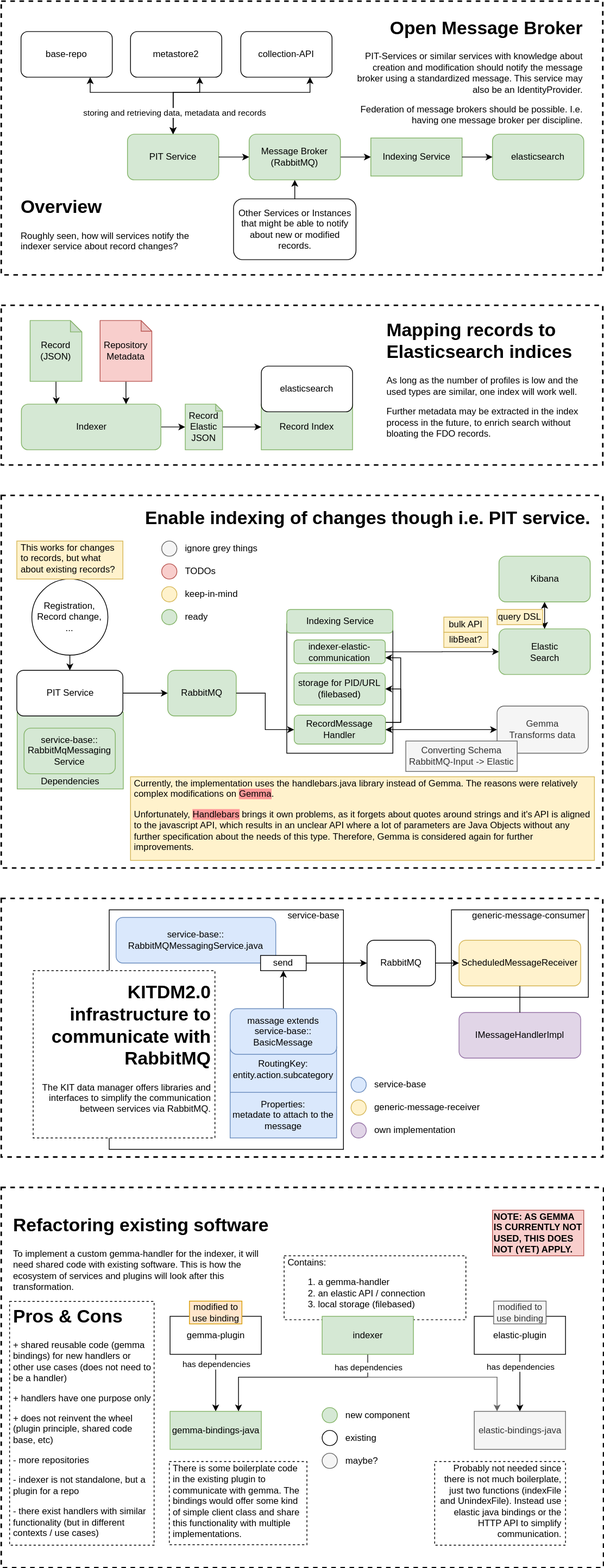
Above: documentation/images/usecase_indexing.drawio.svg in kit-data-manager/testbed4inf (draw.io), before the change. Source tidied: cells renumbered, new cells last; positions are measured from the earlier drawing's top-left corner, leaving out a move shared by most shapes.
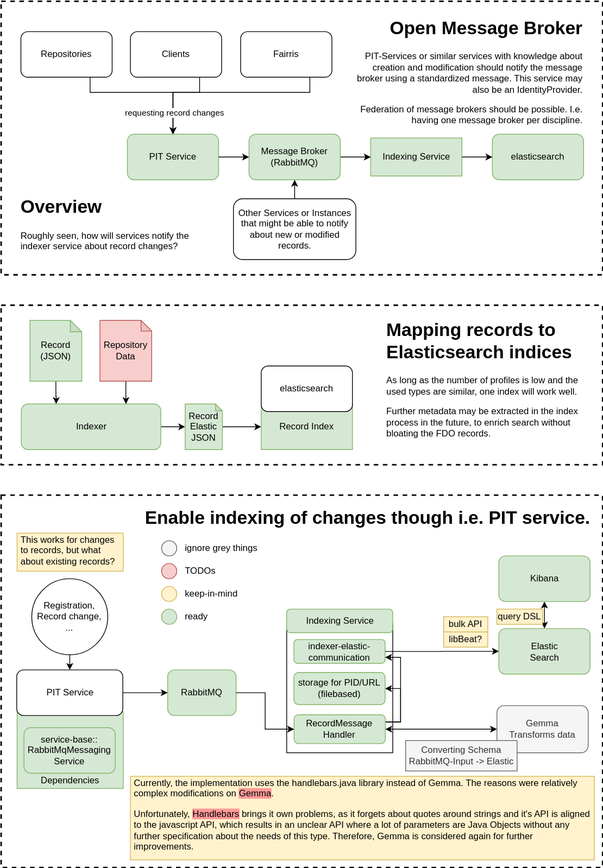
The same file after the commit.

What changed in the source:
```diff
@@ -2,24 +2,6 @@
   <root>
     <mxCell id="0" />
     <mxCell id="1" parent="0" />
-    <mxCell id="2" style="rounded=0;whiteSpace=wrap;html=1;dashed=1;align=right;strokeWidth=2;" parent="1" vertex="1">
-      <mxGeometry y="1560" width="792" height="500" as="geometry" />
-    </mxCell>
-    <mxCell id="3" value="&lt;h1&gt;Pros &amp;amp; Cons&lt;/h1&gt;&lt;p&gt;+ shared reusable code (gemma bindings) for new handlers or other use cases (does not need to be a handler)&lt;/p&gt;&lt;p&gt;+ handlers have one purpose only&lt;/p&gt;&lt;p&gt;+ does not reinvent the wheel (plugin principle, shared code base, etc)&lt;/p&gt;&lt;p&gt;- more repositories&lt;/p&gt;&lt;p&gt;- indexer is not standalone, but a plugin for a repo&lt;/p&gt;&lt;p&gt;- there exist handlers with similar functionality (but in different contexts / use cases)&lt;/p&gt;" style="text;html=1;spacing=5;spacingTop=-20;whiteSpace=wrap;overflow=hidden;rounded=0;dashed=1;fillColor=#ffffff;strokeColor=#000000;" parent="2" vertex="1">
-      <mxGeometry x="11" y="150" width="190" height="320.5" as="geometry" />
-    </mxCell>
-    <mxCell id="4" value="&lt;p&gt;Probably not needed since there is not much boilerplate, just two functions (indexFile and UnindexFile). Instead use elastic java bindings or the HTTP API to simplify communication.&lt;/p&gt;" style="text;html=1;spacing=5;spacingTop=-20;whiteSpace=wrap;overflow=hidden;rounded=0;dashed=1;fillColor=#ffffff;strokeColor=#000000;align=right;" parent="2" vertex="1">
-      <mxGeometry x="570" y="360.5" width="172" height="110" as="geometry" />
-    </mxCell>
-    <mxCell id="5" value="&lt;h1&gt;Refactoring existing software&lt;/h1&gt;&lt;p&gt;To implement a custom gemma-handler for the indexer, it will need shared code with existing software. This is how the ecosystem of services and plugins will look after this transformation.&lt;/p&gt;" style="text;html=1;strokeColor=none;fillColor=none;spacing=5;spacingTop=-20;whiteSpace=wrap;overflow=hidden;rounded=0;dashed=1;align=left;" parent="2" vertex="1">
-      <mxGeometry x="11" y="30" width="349" height="110" as="geometry" />
-    </mxCell>
-    <mxCell id="6" value="&lt;p&gt;Contains:&lt;/p&gt;&lt;p&gt;&lt;/p&gt;&lt;ol&gt;&lt;li&gt;a gemma-handler&lt;/li&gt;&lt;li&gt;an elastic API / connection&lt;/li&gt;&lt;li&gt;local storage (filebased)&lt;/li&gt;&lt;/ol&gt;&lt;p&gt;&lt;/p&gt;" style="text;html=1;spacing=5;spacingTop=-20;whiteSpace=wrap;overflow=hidden;rounded=0;dashed=1;verticalAlign=top;fillColor=#ffffff;strokeColor=#000000;" parent="2" vertex="1">
-      <mxGeometry x="372" y="90" width="239" height="84" as="geometry" />
-    </mxCell>
-    <mxCell id="7" value="&lt;b&gt;NOTE: AS GEMMA IS CURRENTLY NOT USED, THIS DOES NOT (YET) APPLY.&lt;/b&gt;" style="rounded=0;whiteSpace=wrap;html=1;align=left;fillColor=#f8cecc;strokeColor=#b85450;" parent="2" vertex="1">
-      <mxGeometry x="646" y="30" width="120" height="60" as="geometry" />
-    </mxCell>
     <mxCell id="8" style="rounded=0;whiteSpace=wrap;html=1;dashed=1;strokeWidth=2;movableLabel=0;" parent="1" vertex="1">
       <mxGeometry y="650" width="791" height="490" as="geometry" />
     </mxCell>
@@ -54,7 +36,7 @@
       <mxGeometry x="40.2" y="110" width="100" height="100" as="geometry" />
     </mxCell>
     <mxCell id="19" value="&lt;p&gt;This works for changes to records, but what about existing records?&lt;/p&gt;" style="text;html=1;strokeColor=#d6b656;fillColor=#fff2cc;spacing=5;spacingTop=-20;whiteSpace=wrap;overflow=hidden;rounded=0;align=left;" parent="8" vertex="1">
-      <mxGeometry x="20.5" y="60" width="139.5" height="50" as="geometry" />
+      <mxGeometry x="21" y="50" width="139.5" height="50" as="geometry" />
     </mxCell>
     <mxCell id="20" style="edgeStyle=orthogonalEdgeStyle;rounded=0;jettySize=auto;html=1;startArrow=classic;startFill=1;" parent="8" edge="1" source="21" target="16">
       <mxGeometry relative="1" as="geometry" />
@@ -200,7 +182,7 @@
     <mxCell id="67" value="PIT Service" style="rounded=1;whiteSpace=wrap;html=1;fillColor=#d5e8d4;strokeColor=#82b366;" parent="64" vertex="1">
       <mxGeometry x="166" y="175" width="120" height="60" as="geometry" />
     </mxCell>
-    <mxCell id="68" style="edgeStyle=orthogonalEdgeStyle;rounded=0;jettySize=auto;html=1;entryX=0.5;entryY=0;entryDx=0;entryDy=0;startArrow=classic;startFill=1;" parent="64" edge="1" source="69" target="67">
+    <mxCell id="68" style="edgeStyle=orthogonalEdgeStyle;rounded=0;jettySize=auto;html=1;entryX=0.5;entryY=0;entryDx=0;entryDy=0;startArrow=none;startFill=0;" parent="64" edge="1" source="69" target="67">
       <mxGeometry relative="1" as="geometry">
         <Array as="points">
           <mxPoint x="117" y="120" />
@@ -208,10 +190,10 @@
         </Array>
       </mxGeometry>
     </mxCell>
-    <mxCell id="69" value="base-repo" style="rounded=1;whiteSpace=wrap;html=1;" parent="64" vertex="1">
+    <mxCell id="69" value="Repositories" style="rounded=1;whiteSpace=wrap;html=1;" parent="64" vertex="1">
       <mxGeometry x="26" y="40" width="120" height="60" as="geometry" />
     </mxCell>
-    <mxCell id="70" style="edgeStyle=orthogonalEdgeStyle;rounded=0;jettySize=auto;html=1;startArrow=classic;startFill=1;" parent="64" edge="1" source="71" target="67">
+    <mxCell id="70" style="edgeStyle=orthogonalEdgeStyle;rounded=0;jettySize=auto;html=1;startArrow=none;startFill=0;" parent="64" edge="1" source="71" target="67">
       <mxGeometry relative="1" as="geometry">
         <Array as="points">
           <mxPoint x="261" y="120" />
@@ -219,10 +201,10 @@
         </Array>
       </mxGeometry>
     </mxCell>
-    <mxCell id="71" value="metastore2" style="rounded=1;whiteSpace=wrap;html=1;" parent="64" vertex="1">
+    <mxCell id="71" value="Clients" style="rounded=1;whiteSpace=wrap;html=1;" parent="64" vertex="1">
       <mxGeometry x="170" y="40" width="120" height="60" as="geometry" />
     </mxCell>
-    <mxCell id="72" style="edgeStyle=orthogonalEdgeStyle;rounded=0;jettySize=auto;html=1;startArrow=classic;startFill=1;" parent="64" edge="1" source="74" target="67">
+    <mxCell id="72" style="edgeStyle=orthogonalEdgeStyle;rounded=0;jettySize=auto;html=1;startArrow=none;startFill=0;" parent="64" edge="1" source="74" target="67">
       <mxGeometry relative="1" as="geometry">
         <Array as="points">
           <mxPoint x="406" y="120" />
@@ -230,10 +212,10 @@
         </Array>
       </mxGeometry>
     </mxCell>
-    <mxCell id="73" value="storing and retrieving data, metadata and records" style="edgeLabel;html=1;align=center;verticalAlign=middle;" parent="72" vertex="1">
+    <mxCell id="73" value="requesting record changes" style="edgeLabel;html=1;align=center;verticalAlign=middle;" parent="72" vertex="1">
       <mxGeometry x="0.77" y="1" relative="1" as="geometry" />
     </mxCell>
-    <mxCell id="74" value="collection-API" style="rounded=1;whiteSpace=wrap;html=1;" parent="64" vertex="1">
+    <mxCell id="74" value="Fairris" style="rounded=1;whiteSpace=wrap;html=1;" parent="64" vertex="1">
       <mxGeometry x="315" y="40" width="120" height="60" as="geometry" />
     </mxCell>
     <mxCell id="75" value="Indexing Service" style="html=1;fillColor=#d5e8d4;strokeColor=#82b366;" parent="64" vertex="1">
@@ -293,184 +275,8 @@
     <mxCell id="93" style="edgeStyle=orthogonalEdgeStyle;rounded=0;jettySize=auto;html=1;entryX=0.75;entryY=0;entryDx=0;entryDy=0;" parent="83" edge="1" source="94" target="90">
       <mxGeometry relative="1" as="geometry" />
     </mxCell>
-    <mxCell id="94" value="Repository&lt;br&gt;Metadata" style="shape=note;whiteSpace=wrap;html=1;backgroundOutline=1;darkOpacity=0.05;size=14;fillColor=#f8cecc;strokeColor=#b85450;" parent="83" vertex="1">
+    <mxCell id="94" value="Repository&lt;br&gt;Data" style="shape=note;whiteSpace=wrap;html=1;backgroundOutline=1;darkOpacity=0.05;size=14;fillColor=#f8cecc;strokeColor=#b85450;" parent="83" vertex="1">
       <mxGeometry x="130" y="20" width="68" height="80" as="geometry" />
     </mxCell>
-    <mxCell id="95" style="rounded=0;whiteSpace=wrap;html=1;dashed=1;strokeWidth=2;movableLabel=0;comic=0;" parent="1" vertex="1">
-      <mxGeometry y="1180" width="791" height="340" as="geometry" />
-    </mxCell>
-    <mxCell id="96" value="service-base" style="rounded=0;whiteSpace=wrap;html=1;movableLabel=1;" parent="95" vertex="1">
-      <mxGeometry x="142" y="15" width="308" height="315" as="geometry">
-        <mxPoint x="115" y="-150" as="offset" />
-      </mxGeometry>
-    </mxCell>
-    <mxCell id="97" value="service-base::&lt;br&gt;RabbitMQMessagingService.java" style="rounded=1;whiteSpace=wrap;html=1;fillColor=#dae8fc;strokeColor=#6c8ebf;" parent="96" vertex="1">
-      <mxGeometry x="9" y="10" width="210" height="60" as="geometry" />
-    </mxCell>
-    <mxCell id="98" value="send" style="rounded=0;whiteSpace=wrap;html=1;align=center;" parent="96" vertex="1">
-      <mxGeometry x="199" y="60" width="60" height="20" as="geometry" />
-    </mxCell>
-    <mxCell id="99" style="edgeStyle=orthogonalEdgeStyle;rounded=0;jettySize=auto;html=1;" parent="96" edge="1" source="102" target="98">
-      <mxGeometry relative="1" as="geometry" />
-    </mxCell>
-    <mxCell id="100" value="Properties:&lt;br&gt;metadate to attach to the message" style="rounded=0;whiteSpace=wrap;html=1;align=center;fillColor=#dae8fc;strokeColor=#6c8ebf;" parent="96" vertex="1">
-      <mxGeometry x="159" y="240" width="140" height="60" as="geometry" />
-    </mxCell>
-    <mxCell id="101" value="RoutingKey: entity.action.subcategory" style="rounded=0;whiteSpace=wrap;html=1;align=center;fillColor=#dae8fc;strokeColor=#6c8ebf;" parent="96" vertex="1">
-      <mxGeometry x="159" y="180" width="140" height="60" as="geometry" />
-    </mxCell>
-    <mxCell id="102" value="massage extends&lt;br&gt;service-base::&lt;br&gt;BasicMessage" style="rounded=1;whiteSpace=wrap;html=1;fillColor=#dae8fc;strokeColor=#6c8ebf;" parent="96" vertex="1">
-      <mxGeometry x="159" y="130" width="140" height="60" as="geometry" />
-    </mxCell>
-    <mxCell id="103" value="&lt;h1&gt;KITDM2.0 infrastructure to communicate with RabbitMQ&lt;/h1&gt;&lt;p&gt;The KIT data manager offers libraries and interfaces to simplify the communication between services via RabbitMQ.&lt;/p&gt;" style="text;html=1;spacing=5;spacingTop=-20;whiteSpace=wrap;overflow=hidden;rounded=0;align=right;verticalAlign=middle;dashed=1;fillColor=#ffffff;strokeColor=#000000;" parent="96" vertex="1">
-      <mxGeometry x="-100" y="80" width="239" height="220" as="geometry" />
-    </mxCell>
-    <mxCell id="104" value="generic-message-consumer" style="rounded=0;whiteSpace=wrap;html=1;movableLabel=1;" parent="95" vertex="1">
-      <mxGeometry x="592" y="15" width="180" height="115" as="geometry">
-        <mxPoint x="12" y="-50" as="offset" />
-      </mxGeometry>
-    </mxCell>
-    <mxCell id="105" value="ScheduledMessageReceiver" style="rounded=1;whiteSpace=wrap;html=1;fillColor=#fff2cc;strokeColor=#d6b656;" parent="104" vertex="1">
-      <mxGeometry x="10" y="40" width="160" height="60" as="geometry" />
-    </mxCell>
-    <mxCell id="106" value="RabbitMQ" style="rounded=1;whiteSpace=wrap;html=1;" parent="95" vertex="1">
-      <mxGeometry x="481" y="55" width="90" height="60" as="geometry" />
-    </mxCell>
-    <mxCell id="107" style="edgeStyle=orthogonalEdgeStyle;rounded=0;jettySize=auto;html=1;" parent="95" edge="1" source="98" target="106">
-      <mxGeometry relative="1" as="geometry" />
-    </mxCell>
-    <mxCell id="108" style="edgeStyle=orthogonalEdgeStyle;rounded=0;jettySize=auto;html=1;" parent="95" edge="1" source="106" target="105">
-      <mxGeometry relative="1" as="geometry" />
-    </mxCell>
-    <mxCell id="109" style="group;" parent="95" vertex="1">
-      <mxGeometry x="460" y="235" width="128" height="20" as="geometry" />
-    </mxCell>
-    <mxCell id="110" style="group;" parent="109" vertex="1">
-      <mxGeometry width="128" height="20" as="geometry" />
-    </mxCell>
-    <mxCell id="111" style="ellipse;whiteSpace=wrap;html=1;fillColor=#dae8fc;strokeColor=#6c8ebf;align=left;" parent="110" vertex="1">
-      <mxGeometry width="20" height="20" as="geometry" />
-    </mxCell>
-    <mxCell id="112" value="service-base" style="text;html=1;strokeColor=none;fillColor=none;align=left;verticalAlign=middle;whiteSpace=wrap;rounded=0;" parent="110" vertex="1">
-      <mxGeometry x="29" width="99" height="20" as="geometry" />
-    </mxCell>
-    <mxCell id="113" style="group;" parent="95" vertex="1">
-      <mxGeometry x="460" y="265" width="170" height="20" as="geometry" />
-    </mxCell>
-    <mxCell id="114" style="group;" parent="113" vertex="1">
-      <mxGeometry width="170" height="20" as="geometry" />
-    </mxCell>
-    <mxCell id="115" style="ellipse;whiteSpace=wrap;html=1;fillColor=#fff2cc;strokeColor=#d6b656;align=left;" parent="114" vertex="1">
-      <mxGeometry width="20" height="20" as="geometry" />
-    </mxCell>
-    <mxCell id="116" value="generic-message-receiver" style="text;html=1;strokeColor=none;fillColor=none;align=left;verticalAlign=middle;whiteSpace=wrap;rounded=0;" parent="114" vertex="1">
-      <mxGeometry x="29" width="141" height="20" as="geometry" />
-    </mxCell>
-    <mxCell id="117" style="group;" parent="95" vertex="1">
-      <mxGeometry x="460" y="295" width="170" height="20" as="geometry" />
-    </mxCell>
-    <mxCell id="118" style="group;" parent="117" vertex="1">
-      <mxGeometry width="170" height="20" as="geometry" />
-    </mxCell>
-    <mxCell id="119" style="ellipse;whiteSpace=wrap;html=1;fillColor=#e1d5e7;strokeColor=#9673a6;align=left;" parent="118" vertex="1">
-      <mxGeometry width="20" height="20" as="geometry" />
-    </mxCell>
-    <mxCell id="120" value="own implementation" style="text;html=1;strokeColor=none;fillColor=none;align=left;verticalAlign=middle;whiteSpace=wrap;rounded=0;" parent="118" vertex="1">
-      <mxGeometry x="29" width="141" height="20" as="geometry" />
-    </mxCell>
-    <mxCell id="121" value="IMessageHandlerImpl" style="rounded=1;whiteSpace=wrap;html=1;fillColor=#e1d5e7;strokeColor=#9673a6;" parent="95" vertex="1">
-      <mxGeometry x="602" y="150" width="160" height="60" as="geometry" />
-    </mxCell>
-    <mxCell id="122" style="edgeStyle=orthogonalEdgeStyle;rounded=0;jettySize=auto;html=1;endArrow=none;endFill=0;" parent="95" edge="1" source="121" target="105">
-      <mxGeometry relative="1" as="geometry" />
-    </mxCell>
-    <mxCell id="123" style="edgeStyle=orthogonalEdgeStyle;rounded=0;jettySize=auto;html=1;startArrow=none;startFill=0;endArrow=classic;endFill=1;" parent="1" edge="1" source="125" target="130">
-      <mxGeometry relative="1" as="geometry" />
-    </mxCell>
-    <mxCell id="124" value="has dependencies" style="edgeLabel;html=1;align=center;verticalAlign=middle;" parent="123" vertex="1">
-      <mxGeometry x="-0.56" relative="1" as="geometry" />
-    </mxCell>
-    <mxCell id="125" value="elastic-plugin" style="html=1;" parent="1" vertex="1">
-      <mxGeometry x="622" y="1729.5" width="120" height="50" as="geometry" />
-    </mxCell>
-    <mxCell id="126" style="edgeStyle=orthogonalEdgeStyle;rounded=0;jettySize=auto;html=1;startArrow=none;startFill=0;endArrow=classic;endFill=1;" parent="1" edge="1" source="128" target="129">
-      <mxGeometry relative="1" as="geometry" />
-    </mxCell>
-    <mxCell id="127" value="has dependencies" style="edgeLabel;html=1;align=center;verticalAlign=middle;" parent="126" vertex="1">
-      <mxGeometry x="-0.65" relative="1" as="geometry" />
-    </mxCell>
-    <mxCell id="128" value="gemma-plugin" style="html=1;" parent="1" vertex="1">
-      <mxGeometry x="222" y="1729.5" width="120" height="50" as="geometry" />
-    </mxCell>
-    <mxCell id="129" value="gemma-bindings-java" style="html=1;fillColor=#d5e8d4;strokeColor=#82b366;" parent="1" vertex="1">
-      <mxGeometry x="222" y="1854.5" width="120" height="50" as="geometry" />
-    </mxCell>
-    <mxCell id="130" value="elastic-bindings-java" style="html=1;fillColor=#f5f5f5;strokeColor=#666666;fontColor=#333333;" parent="1" vertex="1">
-      <mxGeometry x="622" y="1854.5" width="120" height="50" as="geometry" />
-    </mxCell>
-    <mxCell id="131" style="edgeStyle=orthogonalEdgeStyle;rounded=0;jettySize=auto;html=1;entryX=0.75;entryY=0;entryDx=0;entryDy=0;startArrow=none;startFill=0;endArrow=classic;endFill=1;" parent="1" edge="1" source="134" target="129">
-      <mxGeometry relative="1" as="geometry">
-        <Array as="points">
-          <mxPoint x="482" y="1809.5" />
-          <mxPoint x="312" y="1809.5" />
-        </Array>
-      </mxGeometry>
-    </mxCell>
-    <mxCell id="132" style="edgeStyle=orthogonalEdgeStyle;rounded=0;jettySize=auto;html=1;entryX=0.25;entryY=0;entryDx=0;entryDy=0;startArrow=none;startFill=0;endArrow=classic;endFill=1;fillColor=#f5f5f5;strokeColor=#666666;" parent="1" edge="1" source="134" target="130">
-      <mxGeometry relative="1" as="geometry">
-        <Array as="points">
-          <mxPoint x="482" y="1809.5" />
-          <mxPoint x="652" y="1809.5" />
-        </Array>
-      </mxGeometry>
-    </mxCell>
-    <mxCell id="133" value="has dependencies" style="edgeLabel;html=1;align=center;verticalAlign=middle;" parent="132" vertex="1">
-      <mxGeometry x="-0.86" relative="1" as="geometry" />
-    </mxCell>
-    <mxCell id="134" value="indexer" style="html=1;fillColor=#d5e8d4;strokeColor=#82b366;" parent="1" vertex="1">
-      <mxGeometry x="422" y="1729.5" width="120" height="50" as="geometry" />
-    </mxCell>
-    <mxCell id="135" style="group;fillColor=none;" parent="1" vertex="1">
-      <mxGeometry x="422" y="1849.5" width="128" height="20" as="geometry" />
-    </mxCell>
-    <mxCell id="136" style="group;" parent="135" vertex="1">
-      <mxGeometry width="128" height="20" as="geometry" />
-    </mxCell>
-    <mxCell id="137" style="ellipse;whiteSpace=wrap;html=1;fillColor=#d5e8d4;strokeColor=#82b366;align=left;" parent="136" vertex="1">
-      <mxGeometry width="20" height="20" as="geometry" />
-    </mxCell>
-    <mxCell id="138" value="new component" style="text;html=1;strokeColor=none;fillColor=none;align=left;verticalAlign=middle;whiteSpace=wrap;rounded=0;" parent="136" vertex="1">
-      <mxGeometry x="29" width="99" height="20" as="geometry" />
-    </mxCell>
-    <mxCell id="139" style="group;" parent="1" vertex="1">
-      <mxGeometry x="422" y="1879.5" width="140" height="20" as="geometry" />
-    </mxCell>
-    <mxCell id="140" style="ellipse;whiteSpace=wrap;html=1;align=left;" parent="139" vertex="1">
-      <mxGeometry width="20" height="20" as="geometry" />
-    </mxCell>
-    <mxCell id="141" value="existing" style="text;html=1;fillColor=none;align=left;verticalAlign=middle;whiteSpace=wrap;rounded=0;" parent="139" vertex="1">
-      <mxGeometry x="29" width="111" height="20" as="geometry" />
-    </mxCell>
-    <mxCell id="142" style="group;dashed=1;" parent="1" vertex="1">
-      <mxGeometry x="422" y="1909.5" width="128" height="20" as="geometry" />
-    </mxCell>
-    <mxCell id="143" style="group;" parent="142" vertex="1">
-      <mxGeometry width="128" height="20" as="geometry" />
-    </mxCell>
-    <mxCell id="144" style="ellipse;whiteSpace=wrap;html=1;fillColor=#f5f5f5;strokeColor=#666666;fontColor=#333333;align=left;" parent="143" vertex="1">
-      <mxGeometry width="20" height="20" as="geometry" />
-    </mxCell>
-    <mxCell id="145" value="maybe?" style="text;html=1;strokeColor=none;fillColor=none;align=left;verticalAlign=middle;whiteSpace=wrap;rounded=0;" parent="143" vertex="1">
-      <mxGeometry x="29" width="99" height="20" as="geometry" />
-    </mxCell>
-    <mxCell id="146" value="modified to use binding" style="rounded=0;whiteSpace=wrap;html=1;strokeColor=#d79b00;fillColor=#ffe6cc;" parent="1" vertex="1">
-      <mxGeometry x="247.5" y="1709.5" width="69" height="30" as="geometry" />
-    </mxCell>
-    <mxCell id="147" value="modified to use binding" style="rounded=0;whiteSpace=wrap;html=1;strokeColor=#666666;fillColor=#f5f5f5;fontColor=#333333;" parent="1" vertex="1">
-      <mxGeometry x="647.5" y="1709.5" width="69" height="30" as="geometry" />
-    </mxCell>
-    <mxCell id="148" value="&lt;p&gt;There is some boilerplate code in the existing plugin to communicate with gemma. The bindings would offer some kind of simple client class and share this functionality with multiple implementations.&lt;/p&gt;" style="text;html=1;spacing=5;spacingTop=-20;whiteSpace=wrap;overflow=hidden;rounded=0;dashed=1;fillColor=#ffffff;strokeColor=#000000;" parent="1" vertex="1">
-      <mxGeometry x="221" y="1920.5" width="181" height="109.5" as="geometry" />
-    </mxCell>
   </root>
 </mxGraphModel>
```
